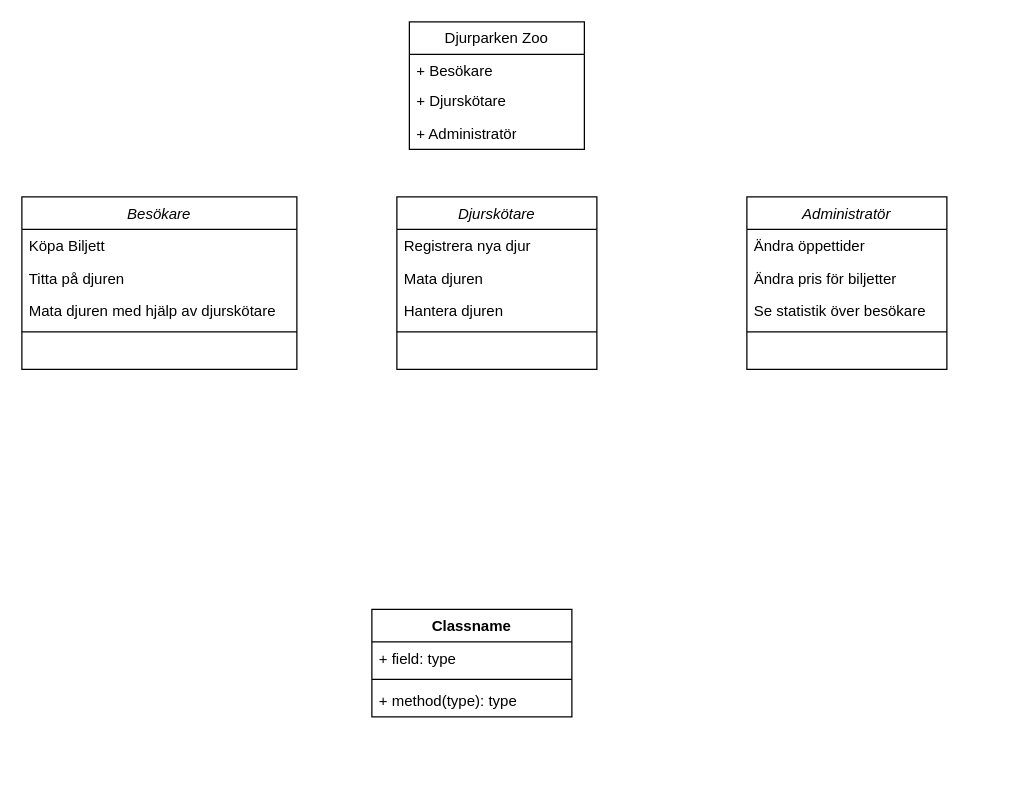
The draw.io diagram Namnlöst diagram.drawio in MrBob79/Test, before the edit. Source tidied: cells renumbered, new cells numbered last; positions are measured from the earlier drawing's top-left corner, leaving out a move shared by most shapes. Both pictures are drawn from the tidied source at 125%, with x=0, y=0 at pixel (21, 21).
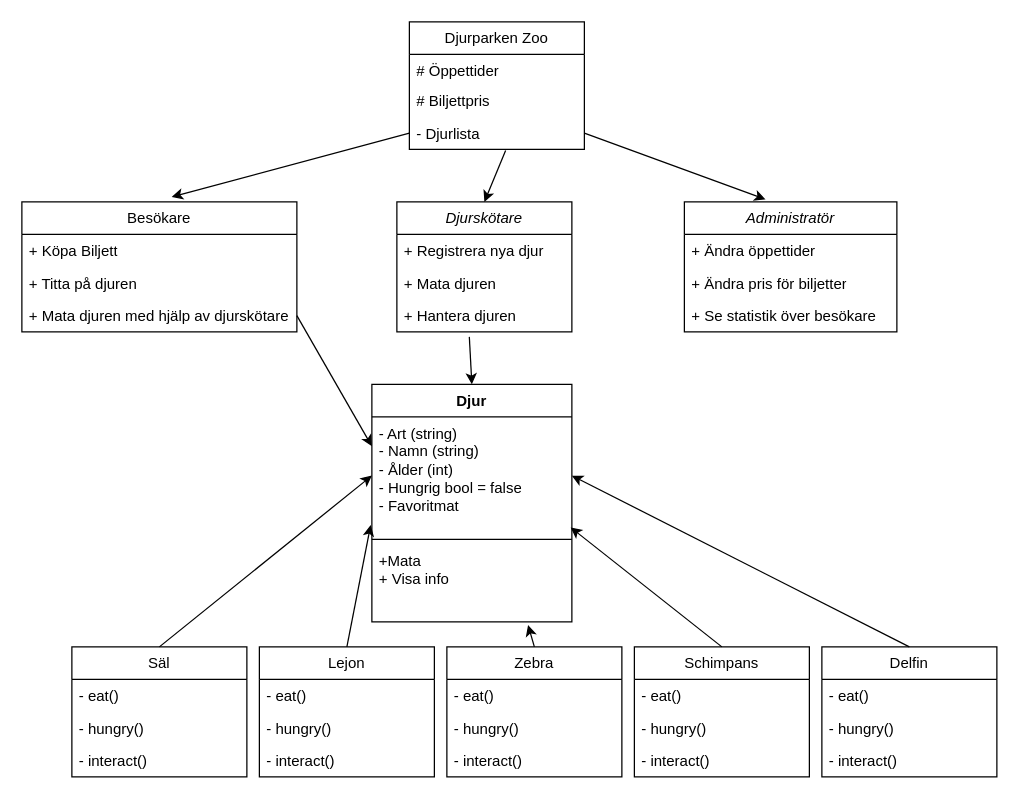
Above is the later version.

Unchanged cells that the change refers to:
```xml
<mxCell id="7" value="Djurparken Zoo" style="swimlane;fontStyle=0;horizontal=1;startSize=26;fillColor=none;whiteSpace=wrap;html=1;" parent="1" vertex="1">
  <mxGeometry x="310" width="140" height="102" as="geometry" />
</mxCell>
```

Change to the diagram source:
```diff
@@
-    <mxCell id="2" value="Besökare" style="swimlane;fontStyle=2;align=center;verticalAlign=top;horizontal=1;startSize=26;rounded=0;shadow=0;strokeWidth=1;" parent="1" vertex="1">
-      <mxGeometry y="140" width="220" height="138" as="geometry" />
-    </mxCell>
-    <mxCell id="3" value="Köpa Biljett&#10;" style="text;align=left;verticalAlign=top;spacingLeft=4;spacingRight=4;overflow=hidden;" parent="2" vertex="1">
-      <mxGeometry y="26" width="220" height="26" as="geometry" />
-    </mxCell>
-    <mxCell id="4" value="Titta på djuren&#10;" style="text;align=left;verticalAlign=top;spacingLeft=4;spacingRight=4;overflow=hidden;rounded=0;shadow=0;html=0;" parent="2" vertex="1">
-      <mxGeometry y="52" width="220" height="26" as="geometry" />
-    </mxCell>
-    <mxCell id="5" value="Mata djuren med hjälp av djurskötare&#10;" style="text;align=left;verticalAlign=top;spacingLeft=4;spacingRight=4;overflow=hidden;rounded=0;shadow=0;html=0;" parent="2" vertex="1">
-      <mxGeometry y="78" width="220" height="26" as="geometry" />
-    </mxCell>
-    <mxCell id="6" style="line;html=1;strokeWidth=1;align=left;verticalAlign=middle;spacingTop=-1;spacingLeft=3;spacingRight=3;labelPosition=right;" parent="2" vertex="1">
-      <mxGeometry y="104" width="220" height="8" as="geometry" />
-    </mxCell>
@@
-    <mxCell id="8" value="+ Besökare" style="text;strokeColor=none;fillColor=none;align=left;verticalAlign=top;spacingLeft=4;spacingRight=4;overflow=hidden;whiteSpace=wrap;html=1;" parent="7" vertex="1">
+    <mxCell id="8" value="# Öppettider" style="text;strokeColor=none;fillColor=none;align=left;verticalAlign=top;spacingLeft=4;spacingRight=4;overflow=hidden;whiteSpace=wrap;html=1;" parent="7" vertex="1">
       <mxGeometry y="26" width="140" height="24" as="geometry" />
     </mxCell>
-    <mxCell id="9" value="+ Djurskötare" style="text;strokeColor=none;fillColor=none;align=left;verticalAlign=top;spacingLeft=4;spacingRight=4;overflow=hidden;whiteSpace=wrap;html=1;" parent="7" vertex="1">
+    <mxCell id="9" value="# Biljettpris" style="text;strokeColor=none;fillColor=none;align=left;verticalAlign=top;spacingLeft=4;spacingRight=4;overflow=hidden;whiteSpace=wrap;html=1;" parent="7" vertex="1">
       <mxGeometry y="50" width="140" height="26" as="geometry" />
     </mxCell>
-    <mxCell id="10" value="+ Administratör&lt;div&gt;&lt;br&gt;&lt;/div&gt;" style="text;strokeColor=none;fillColor=none;align=left;verticalAlign=top;spacingLeft=4;spacingRight=4;overflow=hidden;points=[[0,0.5],[1,0.5]];portConstraint=eastwest;whiteSpace=wrap;html=1;" parent="7" vertex="1">
+    <mxCell id="10" value="&lt;div&gt;- Djurlista&lt;/div&gt;" style="text;strokeColor=none;fillColor=none;align=left;verticalAlign=top;spacingLeft=4;spacingRight=4;overflow=hidden;points=[[0,0.5],[1,0.5]];portConstraint=eastwest;whiteSpace=wrap;html=1;" parent="7" vertex="1">
       <mxGeometry y="76" width="140" height="26" as="geometry" />
     </mxCell>
+    <mxCell id="2" value="Besökare" style="swimlane;fontStyle=0;horizontal=1;startSize=26;fillColor=none;whiteSpace=wrap;html=1;" parent="1" vertex="1">
+      <mxGeometry y="144" width="220" height="104" as="geometry" />
+    </mxCell>
+    <mxCell id="25" value="+ Köpa Biljett&lt;div style=&quot;padding: 0px; margin: 0px;&quot;&gt;&lt;br style=&quot;padding: 0px; margin: 0px; text-wrap: nowrap;&quot;&gt;&lt;/div&gt;" style="text;strokeColor=none;fillColor=none;align=left;verticalAlign=top;spacingLeft=4;spacingRight=4;overflow=hidden;whiteSpace=wrap;html=1;" parent="2" vertex="1">
+      <mxGeometry y="26" width="220" height="26" as="geometry" />
+    </mxCell>
+    <mxCell id="26" value="+ Titta på djuren&lt;div style=&quot;padding: 0px; margin: 0px;&quot;&gt;&lt;br style=&quot;padding: 0px; margin: 0px; text-wrap: nowrap;&quot;&gt;&lt;/div&gt;" style="text;strokeColor=none;fillColor=none;align=left;verticalAlign=top;spacingLeft=4;spacingRight=4;overflow=hidden;whiteSpace=wrap;html=1;" parent="2" vertex="1">
+      <mxGeometry y="52" width="220" height="26" as="geometry" />
+    </mxCell>
+    <mxCell id="27" value="+ Mata djuren med hjälp av djurskötare&lt;div style=&quot;padding: 0px; margin: 0px;&quot;&gt;&lt;br style=&quot;padding: 0px; margin: 0px; text-wrap: nowrap;&quot;&gt;&lt;/div&gt;" style="text;strokeColor=none;fillColor=none;align=left;verticalAlign=top;spacingLeft=4;spacingRight=4;overflow=hidden;points=[[0,0.5],[1,0.5]];portConstraint=eastwest;whiteSpace=wrap;html=1;" parent="2" vertex="1">
+      <mxGeometry y="78" width="220" height="26" as="geometry" />
+    </mxCell>
+    <mxCell id="16" value="&lt;span style=&quot;font-style: italic; text-wrap: nowrap;&quot;&gt;Djurskötare&lt;/span&gt;" style="swimlane;fontStyle=0;horizontal=1;startSize=26;fillColor=none;whiteSpace=wrap;html=1;" parent="1" vertex="1">
+      <mxGeometry x="300" y="144" width="140" height="104" as="geometry" />
+    </mxCell>
+    <mxCell id="28" value="&lt;span style=&quot;text-wrap: nowrap;&quot;&gt;+ Registrera nya djur&lt;/span&gt;" style="text;strokeColor=none;fillColor=none;align=left;verticalAlign=top;spacingLeft=4;spacingRight=4;overflow=hidden;whiteSpace=wrap;html=1;" parent="16" vertex="1">
+      <mxGeometry y="26" width="140" height="26" as="geometry" />
+    </mxCell>
+    <mxCell id="29" value="&lt;span style=&quot;text-wrap: nowrap;&quot;&gt;+ Mata djuren&lt;/span&gt;" style="text;strokeColor=none;fillColor=none;align=left;verticalAlign=top;spacingLeft=4;spacingRight=4;overflow=hidden;whiteSpace=wrap;html=1;" parent="16" vertex="1">
+      <mxGeometry y="52" width="140" height="26" as="geometry" />
+    </mxCell>
+    <mxCell id="30" value="&lt;span style=&quot;text-wrap: nowrap;&quot;&gt;+ Hantera djuren&lt;/span&gt;" style="text;strokeColor=none;fillColor=none;align=left;verticalAlign=top;spacingLeft=4;spacingRight=4;overflow=hidden;points=[[0,0.5],[1,0.5]];portConstraint=eastwest;whiteSpace=wrap;html=1;" parent="16" vertex="1">
+      <mxGeometry y="78" width="140" height="26" as="geometry" />
+    </mxCell>
-    <mxCell id="11" value="Administratör" style="swimlane;fontStyle=2;align=center;verticalAlign=top;horizontal=1;startSize=26;rounded=0;shadow=0;strokeWidth=1;" parent="1" vertex="1">
-      <mxGeometry x="580" y="140" width="160" height="138" as="geometry" />
+    <mxCell id="11" value="&lt;span style=&quot;font-style: italic; text-wrap: nowrap;&quot;&gt;Administratör&lt;/span&gt;" style="swimlane;fontStyle=0;horizontal=1;startSize=26;fillColor=none;whiteSpace=wrap;html=1;" parent="1" vertex="1">
+      <mxGeometry x="530" y="144" width="170" height="104" as="geometry" />
     </mxCell>
-    <mxCell id="12" value="Ändra öppettider" style="text;align=left;verticalAlign=top;spacingLeft=4;spacingRight=4;overflow=hidden;" parent="11" vertex="1">
-      <mxGeometry y="26" width="160" height="26" as="geometry" />
-    </mxCell>
-    <mxCell id="13" value="Ändra pris för biljetter" style="text;align=left;verticalAlign=top;spacingLeft=4;spacingRight=4;overflow=hidden;rounded=0;shadow=0;html=0;" parent="11" vertex="1">
-      <mxGeometry y="52" width="160" height="26" as="geometry" />
-    </mxCell>
-    <mxCell id="14" value="Se statistik över besökare" style="text;align=left;verticalAlign=top;spacingLeft=4;spacingRight=4;overflow=hidden;rounded=0;shadow=0;html=0;" parent="11" vertex="1">
-      <mxGeometry y="78" width="160" height="26" as="geometry" />
-    </mxCell>
-    <mxCell id="15" style="line;html=1;strokeWidth=1;align=left;verticalAlign=middle;spacingTop=-1;spacingLeft=3;spacingRight=3;labelPosition=right;" parent="11" vertex="1">
-      <mxGeometry y="104" width="160" height="8" as="geometry" />
-    </mxCell>
-    <mxCell id="16" value="Djurskötare" style="swimlane;fontStyle=2;align=center;verticalAlign=top;horizontal=1;startSize=26;rounded=0;shadow=0;strokeWidth=1;" parent="1" vertex="1">
-      <mxGeometry x="300" y="140" width="160" height="138" as="geometry" />
-    </mxCell>
-    <mxCell id="17" value="Registrera nya djur" style="text;align=left;verticalAlign=top;spacingLeft=4;spacingRight=4;overflow=hidden;" parent="16" vertex="1">
-      <mxGeometry y="26" width="160" height="26" as="geometry" />
-    </mxCell>
-    <mxCell id="18" value="Mata djuren" style="text;align=left;verticalAlign=top;spacingLeft=4;spacingRight=4;overflow=hidden;rounded=0;shadow=0;html=0;" parent="16" vertex="1">
-      <mxGeometry y="52" width="160" height="26" as="geometry" />
-    </mxCell>
-    <mxCell id="19" value="Hantera djuren" style="text;align=left;verticalAlign=top;spacingLeft=4;spacingRight=4;overflow=hidden;rounded=0;shadow=0;html=0;" parent="16" vertex="1">
-      <mxGeometry y="78" width="160" height="26" as="geometry" />
-    </mxCell>
-    <mxCell id="20" style="line;html=1;strokeWidth=1;align=left;verticalAlign=middle;spacingTop=-1;spacingLeft=3;spacingRight=3;labelPosition=right;" parent="16" vertex="1">
-      <mxGeometry y="104" width="160" height="8" as="geometry" />
-    </mxCell>
-    <mxCell id="21" value="Classname" style="swimlane;fontStyle=1;align=center;verticalAlign=top;horizontal=1;startSize=26;whiteSpace=wrap;html=1;" parent="1" vertex="1">
-      <mxGeometry x="280" y="470" width="160" height="86" as="geometry" />
-    </mxCell>
-    <mxCell id="22" value="+ field: type" style="text;strokeColor=none;fillColor=none;align=left;verticalAlign=top;spacingLeft=4;spacingRight=4;overflow=hidden;whiteSpace=wrap;html=1;" parent="21" vertex="1">
-      <mxGeometry y="26" width="160" height="26" as="geometry" />
-    </mxCell>
-    <mxCell id="23" style="line;strokeWidth=1;fillColor=none;align=left;verticalAlign=middle;spacingTop=-1;spacingLeft=3;spacingRight=3;labelPosition=right;strokeColor=inherit;" parent="21" vertex="1">
-      <mxGeometry y="52" width="160" height="8" as="geometry" />
-    </mxCell>
-    <mxCell id="24" value="+ method(type): type" style="text;strokeColor=none;fillColor=none;align=left;verticalAlign=top;spacingLeft=4;spacingRight=4;overflow=hidden;whiteSpace=wrap;html=1;" parent="21" vertex="1">
-      <mxGeometry y="60" width="160" height="26" as="geometry" />
-    </mxCell>
+    <mxCell id="31" value="&lt;span style=&quot;text-wrap: nowrap;&quot;&gt;+ Ändra öppettider&lt;/span&gt;" style="text;strokeColor=none;fillColor=none;align=left;verticalAlign=top;spacingLeft=4;spacingRight=4;overflow=hidden;whiteSpace=wrap;html=1;" parent="11" vertex="1">
+      <mxGeometry y="26" width="170" height="26" as="geometry" />
+    </mxCell>
+    <mxCell id="32" value="&lt;span style=&quot;text-wrap: nowrap;&quot;&gt;+ Ändra pris för biljetter&lt;/span&gt;" style="text;strokeColor=none;fillColor=none;align=left;verticalAlign=top;spacingLeft=4;spacingRight=4;overflow=hidden;whiteSpace=wrap;html=1;" parent="11" vertex="1">
+      <mxGeometry y="52" width="170" height="26" as="geometry" />
+    </mxCell>
+    <mxCell id="33" value="&lt;span style=&quot;text-wrap: nowrap;&quot;&gt;+ Se statistik över besökare&lt;/span&gt;" style="text;strokeColor=none;fillColor=none;align=left;verticalAlign=top;spacingLeft=4;spacingRight=4;overflow=hidden;whiteSpace=wrap;html=1;" parent="11" vertex="1">
+      <mxGeometry y="78" width="170" height="26" as="geometry" />
+    </mxCell>
+    <mxCell id="34" value="Djur" style="swimlane;fontStyle=1;align=center;verticalAlign=top;horizontal=1;startSize=26;whiteSpace=wrap;html=1;" parent="1" vertex="1">
+      <mxGeometry x="280" y="290" width="160" height="190" as="geometry" />
+    </mxCell>
+    <mxCell id="35" value="- Art (string)&lt;div&gt;- Namn (string)&lt;/div&gt;&lt;div&gt;- Ålder (int)&lt;/div&gt;&lt;div&gt;- Hungrig bool = false&lt;/div&gt;&lt;div&gt;- Favoritmat&lt;/div&gt;" style="text;strokeColor=none;fillColor=none;align=left;verticalAlign=top;spacingLeft=4;spacingRight=4;overflow=hidden;points=[[0,0.5],[1,0.5]];portConstraint=eastwest;whiteSpace=wrap;html=1;" parent="34" vertex="1">
+      <mxGeometry y="26" width="160" height="94" as="geometry" />
+    </mxCell>
+    <mxCell id="36" style="line;strokeWidth=1;fillColor=none;align=left;verticalAlign=middle;spacingTop=-1;spacingLeft=3;spacingRight=3;labelPosition=right;strokeColor=inherit;" parent="34" vertex="1">
+      <mxGeometry y="120" width="160" height="8" as="geometry" />
+    </mxCell>
+    <mxCell id="37" value="+Mata&lt;div&gt;+ Visa info&lt;/div&gt;" style="text;strokeColor=none;fillColor=none;align=left;verticalAlign=top;spacingLeft=4;spacingRight=4;overflow=hidden;points=[[0,0.5],[1,0.5]];portConstraint=eastwest;whiteSpace=wrap;html=1;" parent="34" vertex="1">
+      <mxGeometry y="128" width="160" height="62" as="geometry" />
+    </mxCell>
+    <mxCell id="38" style="rounded=0;jettySize=auto;html=1;exitX=0.5;exitY=0;exitDx=0;exitDy=0;entryX=0;entryY=0.5;entryDx=0;entryDy=0;" parent="1" edge="1" source="39" target="35">
+      <mxGeometry relative="1" as="geometry" />
+    </mxCell>
+    <mxCell id="39" value="Säl" style="swimlane;fontStyle=0;horizontal=1;startSize=26;fillColor=none;whiteSpace=wrap;html=1;" parent="1" vertex="1">
+      <mxGeometry x="40" y="500" width="140" height="104" as="geometry" />
+    </mxCell>
+    <mxCell id="40" value="- eat()" style="text;strokeColor=none;fillColor=none;align=left;verticalAlign=top;spacingLeft=4;spacingRight=4;overflow=hidden;whiteSpace=wrap;html=1;" parent="39" vertex="1">
+      <mxGeometry y="26" width="140" height="26" as="geometry" />
+    </mxCell>
+    <mxCell id="41" value="- hungry()" style="text;strokeColor=none;fillColor=none;align=left;verticalAlign=top;spacingLeft=4;spacingRight=4;overflow=hidden;whiteSpace=wrap;html=1;" parent="39" vertex="1">
+      <mxGeometry y="52" width="140" height="26" as="geometry" />
+    </mxCell>
+    <mxCell id="42" value="- interact()" style="text;strokeColor=none;fillColor=none;align=left;verticalAlign=top;spacingLeft=4;spacingRight=4;overflow=hidden;whiteSpace=wrap;html=1;" parent="39" vertex="1">
+      <mxGeometry y="78" width="140" height="26" as="geometry" />
+    </mxCell>
+    <mxCell id="43" value="Lejon" style="swimlane;fontStyle=0;horizontal=1;startSize=26;fillColor=none;whiteSpace=wrap;html=1;" parent="1" vertex="1">
+      <mxGeometry x="190" y="500" width="140" height="104" as="geometry" />
+    </mxCell>
+    <mxCell id="44" value="- eat()" style="text;strokeColor=none;fillColor=none;align=left;verticalAlign=top;spacingLeft=4;spacingRight=4;overflow=hidden;whiteSpace=wrap;html=1;" parent="43" vertex="1">
+      <mxGeometry y="26" width="140" height="26" as="geometry" />
+    </mxCell>
+    <mxCell id="45" value="- hungry()" style="text;strokeColor=none;fillColor=none;align=left;verticalAlign=top;spacingLeft=4;spacingRight=4;overflow=hidden;whiteSpace=wrap;html=1;" parent="43" vertex="1">
+      <mxGeometry y="52" width="140" height="26" as="geometry" />
+    </mxCell>
+    <mxCell id="46" value="- interact()" style="text;strokeColor=none;fillColor=none;align=left;verticalAlign=top;spacingLeft=4;spacingRight=4;overflow=hidden;whiteSpace=wrap;html=1;" parent="43" vertex="1">
+      <mxGeometry y="78" width="140" height="26" as="geometry" />
+    </mxCell>
+    <mxCell id="47" value="Zebra" style="swimlane;fontStyle=0;horizontal=1;startSize=26;fillColor=none;whiteSpace=wrap;html=1;" parent="1" vertex="1">
+      <mxGeometry x="340" y="500" width="140" height="104" as="geometry" />
+    </mxCell>
+    <mxCell id="48" value="- eat()" style="text;strokeColor=none;fillColor=none;align=left;verticalAlign=top;spacingLeft=4;spacingRight=4;overflow=hidden;whiteSpace=wrap;html=1;" parent="47" vertex="1">
+      <mxGeometry y="26" width="140" height="26" as="geometry" />
+    </mxCell>
+    <mxCell id="49" value="- hungry()" style="text;strokeColor=none;fillColor=none;align=left;verticalAlign=top;spacingLeft=4;spacingRight=4;overflow=hidden;whiteSpace=wrap;html=1;" parent="47" vertex="1">
+      <mxGeometry y="52" width="140" height="26" as="geometry" />
+    </mxCell>
+    <mxCell id="50" value="- interact()" style="text;strokeColor=none;fillColor=none;align=left;verticalAlign=top;spacingLeft=4;spacingRight=4;overflow=hidden;whiteSpace=wrap;html=1;" parent="47" vertex="1">
+      <mxGeometry y="78" width="140" height="26" as="geometry" />
+    </mxCell>
+    <mxCell id="51" value="Schimpans" style="swimlane;fontStyle=0;horizontal=1;startSize=26;fillColor=none;whiteSpace=wrap;html=1;" parent="1" vertex="1">
+      <mxGeometry x="490" y="500" width="140" height="104" as="geometry" />
+    </mxCell>
+    <mxCell id="52" value="- eat()" style="text;strokeColor=none;fillColor=none;align=left;verticalAlign=top;spacingLeft=4;spacingRight=4;overflow=hidden;whiteSpace=wrap;html=1;" parent="51" vertex="1">
+      <mxGeometry y="26" width="140" height="26" as="geometry" />
+    </mxCell>
+    <mxCell id="53" value="- hungry()" style="text;strokeColor=none;fillColor=none;align=left;verticalAlign=top;spacingLeft=4;spacingRight=4;overflow=hidden;whiteSpace=wrap;html=1;" parent="51" vertex="1">
+      <mxGeometry y="52" width="140" height="26" as="geometry" />
+    </mxCell>
+    <mxCell id="54" value="- interact()" style="text;strokeColor=none;fillColor=none;align=left;verticalAlign=top;spacingLeft=4;spacingRight=4;overflow=hidden;whiteSpace=wrap;html=1;" parent="51" vertex="1">
+      <mxGeometry y="78" width="140" height="26" as="geometry" />
+    </mxCell>
+    <mxCell id="55" style="rounded=0;jettySize=auto;html=1;exitX=0.5;exitY=0;exitDx=0;exitDy=0;entryX=1;entryY=0.5;entryDx=0;entryDy=0;" parent="1" edge="1" source="56" target="35">
+      <mxGeometry relative="1" as="geometry" />
+    </mxCell>
+    <mxCell id="56" value="Delfin" style="swimlane;fontStyle=0;horizontal=1;startSize=26;fillColor=none;whiteSpace=wrap;html=1;" parent="1" vertex="1">
+      <mxGeometry x="640" y="500" width="140" height="104" as="geometry" />
+    </mxCell>
+    <mxCell id="57" value="- eat()" style="text;strokeColor=none;fillColor=none;align=left;verticalAlign=top;spacingLeft=4;spacingRight=4;overflow=hidden;whiteSpace=wrap;html=1;" parent="56" vertex="1">
+      <mxGeometry y="26" width="140" height="26" as="geometry" />
+    </mxCell>
+    <mxCell id="58" value="- hungry()" style="text;strokeColor=none;fillColor=none;align=left;verticalAlign=top;spacingLeft=4;spacingRight=4;overflow=hidden;whiteSpace=wrap;html=1;" parent="56" vertex="1">
+      <mxGeometry y="52" width="140" height="26" as="geometry" />
+    </mxCell>
+    <mxCell id="59" value="- interact()" style="text;strokeColor=none;fillColor=none;align=left;verticalAlign=top;spacingLeft=4;spacingRight=4;overflow=hidden;whiteSpace=wrap;html=1;" parent="56" vertex="1">
+      <mxGeometry y="78" width="140" height="26" as="geometry" />
+    </mxCell>
+    <mxCell id="60" style="rounded=0;jettySize=auto;html=1;exitX=0.5;exitY=0;exitDx=0;exitDy=0;entryX=-0.006;entryY=0.92;entryDx=0;entryDy=0;entryPerimeter=0;" parent="1" edge="1" source="43" target="35">
+      <mxGeometry relative="1" as="geometry" />
+    </mxCell>
+    <mxCell id="61" style="rounded=0;jettySize=auto;html=1;exitX=0.5;exitY=0;exitDx=0;exitDy=0;entryX=0.781;entryY=1.04;entryDx=0;entryDy=0;entryPerimeter=0;" parent="1" edge="1" source="47" target="37">
+      <mxGeometry relative="1" as="geometry" />
+    </mxCell>
+    <mxCell id="62" style="rounded=0;jettySize=auto;html=1;exitX=0.5;exitY=0;exitDx=0;exitDy=0;entryX=0.994;entryY=0.941;entryDx=0;entryDy=0;entryPerimeter=0;" parent="1" edge="1" source="51" target="35">
+      <mxGeometry relative="1" as="geometry" />
+    </mxCell>
+    <mxCell id="63" style="rounded=0;jettySize=auto;html=1;exitX=1;exitY=0.5;exitDx=0;exitDy=0;entryX=0;entryY=0.25;entryDx=0;entryDy=0;entryPerimeter=0;" parent="1" edge="1" source="27" target="35">
+      <mxGeometry relative="1" as="geometry" />
+    </mxCell>
+    <mxCell id="64" style="rounded=0;jettySize=auto;html=1;exitX=0.414;exitY=1.154;exitDx=0;exitDy=0;entryX=0.5;entryY=0;entryDx=0;entryDy=0;exitPerimeter=0;" parent="1" edge="1" source="30" target="34">
+      <mxGeometry relative="1" as="geometry" />
+    </mxCell>
+    <mxCell id="65" style="rounded=0;jettySize=auto;html=1;exitX=0;exitY=0.5;exitDx=0;exitDy=0;entryX=0.545;entryY=-0.038;entryDx=0;entryDy=0;entryPerimeter=0;" parent="1" edge="1" source="10" target="2">
+      <mxGeometry relative="1" as="geometry" />
+    </mxCell>
+    <mxCell id="66" style="rounded=0;jettySize=auto;html=1;exitX=1;exitY=0.5;exitDx=0;exitDy=0;entryX=0.382;entryY=-0.019;entryDx=0;entryDy=0;entryPerimeter=0;" parent="1" edge="1" source="10" target="11">
+      <mxGeometry relative="1" as="geometry" />
+    </mxCell>
+    <mxCell id="67" style="rounded=0;jettySize=auto;html=1;exitX=0.55;exitY=1.038;exitDx=0;exitDy=0;entryX=0.5;entryY=0;entryDx=0;entryDy=0;exitPerimeter=0;" parent="1" edge="1" source="10" target="16">
+      <mxGeometry relative="1" as="geometry" />
+    </mxCell>
```
